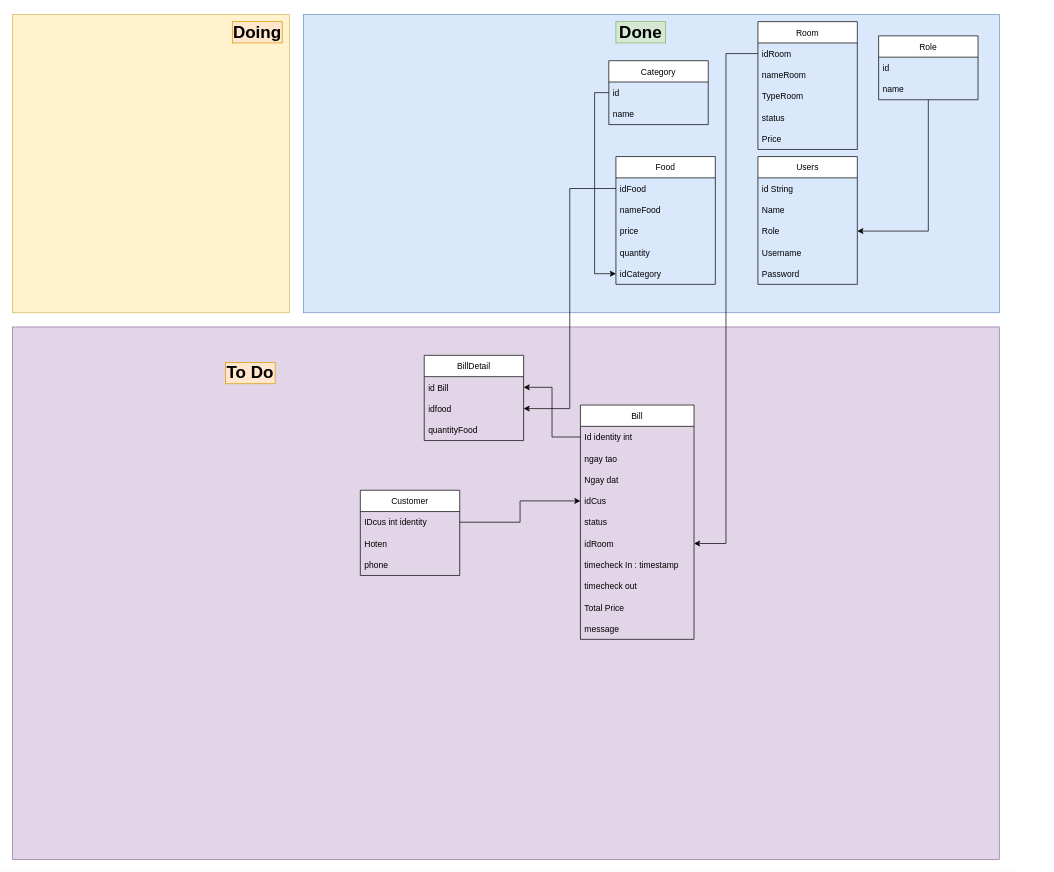
The draw.io diagram Diagram.drawio in tranvancu185/karaokeweb, before the edit. Source tidied: cells renumbered, new cells numbered last; positions are measured from the earlier drawing's top-left corner, leaving out a move shared by most shapes. Both pictures are drawn from the tidied source at 71%, with x=0, y=0 at pixel (12, 14).
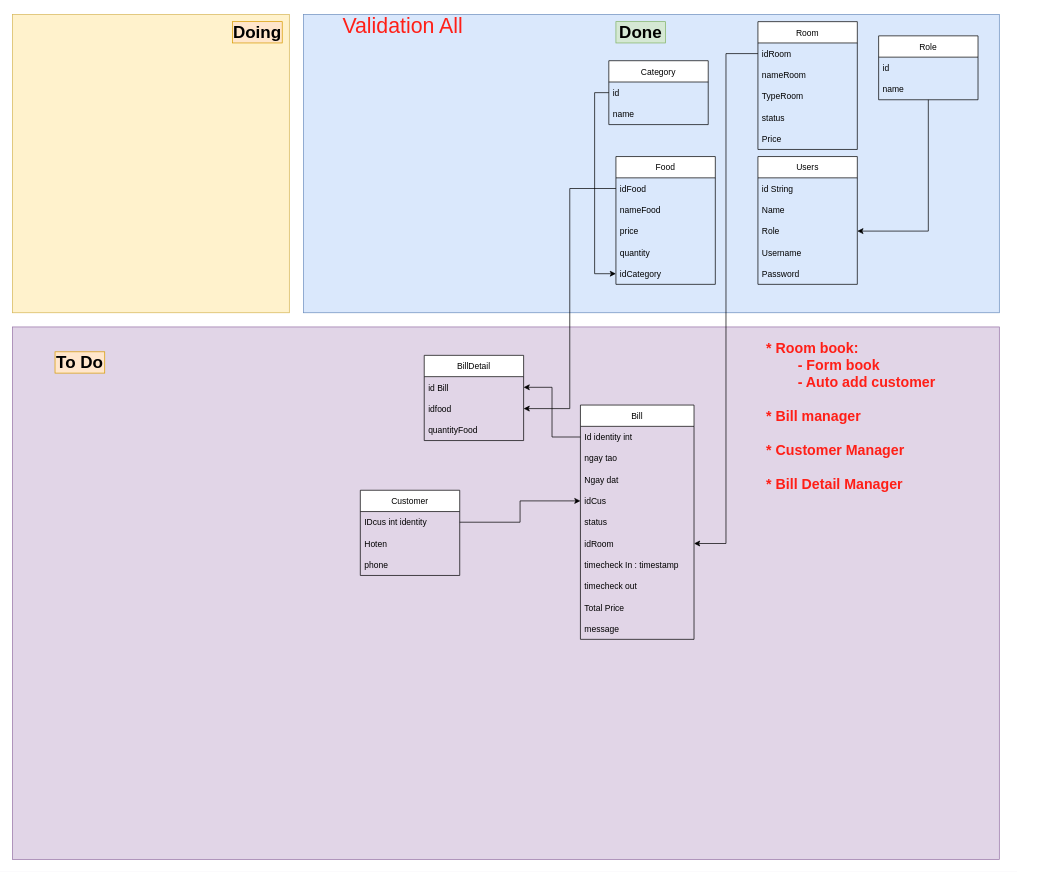
Above is the later version.

The edit, as a diff of the source:
```diff
@@
     <mxCell id="52" value="&lt;span style=&quot;font-size: 24px&quot;&gt;&lt;b&gt;To Do&lt;/b&gt;&lt;/span&gt;" style="text;html=1;strokeColor=#d79b00;fillColor=#ffe6cc;align=center;verticalAlign=middle;whiteSpace=wrap;rounded=0;" parent="1" vertex="1">
-      <mxGeometry x="300" y="490" width="70" height="30" as="geometry" />
+      <mxGeometry x="60" y="475" width="70" height="30" as="geometry" />
     </mxCell>
@@
+    <mxCell id="57" value="&lt;b style=&quot;font-size: 20px&quot;&gt;&lt;font style=&quot;font-size: 20px&quot; color=&quot;#ff1f17&quot;&gt;* Room book:&lt;br&gt;&lt;/font&gt;&lt;/b&gt;&lt;div style=&quot;font-size: 20px&quot;&gt;&lt;b&gt;&lt;font style=&quot;font-size: 20px&quot; color=&quot;#ff1f17&quot;&gt;&lt;span style=&quot;white-space: pre&quot;&gt;&#9;&lt;/span&gt;- Form book&lt;br&gt;&lt;/font&gt;&lt;/b&gt;&lt;/div&gt;&lt;div style=&quot;font-size: 20px&quot;&gt;&lt;b&gt;&lt;font style=&quot;font-size: 20px&quot; color=&quot;#ff1f17&quot;&gt;&lt;span style=&quot;white-space: pre&quot;&gt;&#9;&lt;/span&gt;- Auto add customer&lt;/font&gt;&lt;/b&gt;&lt;/div&gt;&lt;div style=&quot;font-size: 20px&quot;&gt;&lt;b&gt;&lt;font style=&quot;font-size: 20px&quot; color=&quot;#ff1f17&quot;&gt;&lt;br&gt;&lt;/font&gt;&lt;/b&gt;&lt;/div&gt;&lt;b style=&quot;font-size: 20px&quot;&gt;&lt;font style=&quot;font-size: 20px&quot; color=&quot;#ff1f17&quot;&gt;* Bill manager&lt;br&gt;&lt;br&gt;* Customer Manager&lt;br&gt;&lt;br&gt;* Bill Detail Manager&lt;/font&gt;&lt;/b&gt;" style="text;html=1;strokeColor=none;fillColor=none;align=left;verticalAlign=middle;whiteSpace=wrap;rounded=0;" parent="1" vertex="1">
+      <mxGeometry x="1060" y="430" width="390" height="270" as="geometry" />
+    </mxCell>
+    <mxCell id="58" value="&lt;font style=&quot;font-size: 30px&quot;&gt;Validation All&lt;/font&gt;" style="text;html=1;strokeColor=none;fillColor=none;align=center;verticalAlign=middle;whiteSpace=wrap;rounded=0;fontSize=20;fontColor=#FF1F17;" parent="1" vertex="1">
+      <mxGeometry x="410" width="280" height="30" as="geometry" />
+    </mxCell>
```
